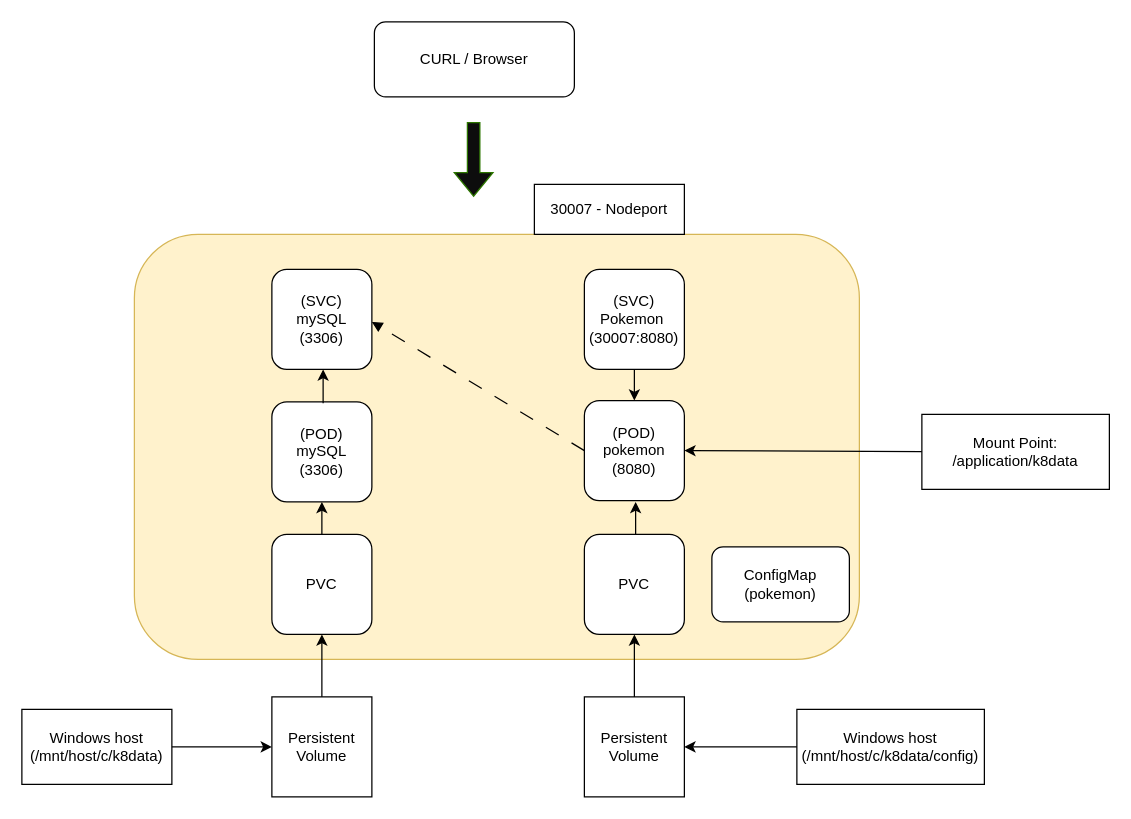
This is Untitled Diagram.drawio from bourgamb/pokemon_album_service, a draw.io file, before an edit. Source tidied: cells renumbered, new cells numbered last; positions are measured from the earlier drawing's top-left corner, leaving out a move shared by most shapes. Both pictures are drawn from the tidied source at 125%, with x=0, y=0 at pixel (21, 21).
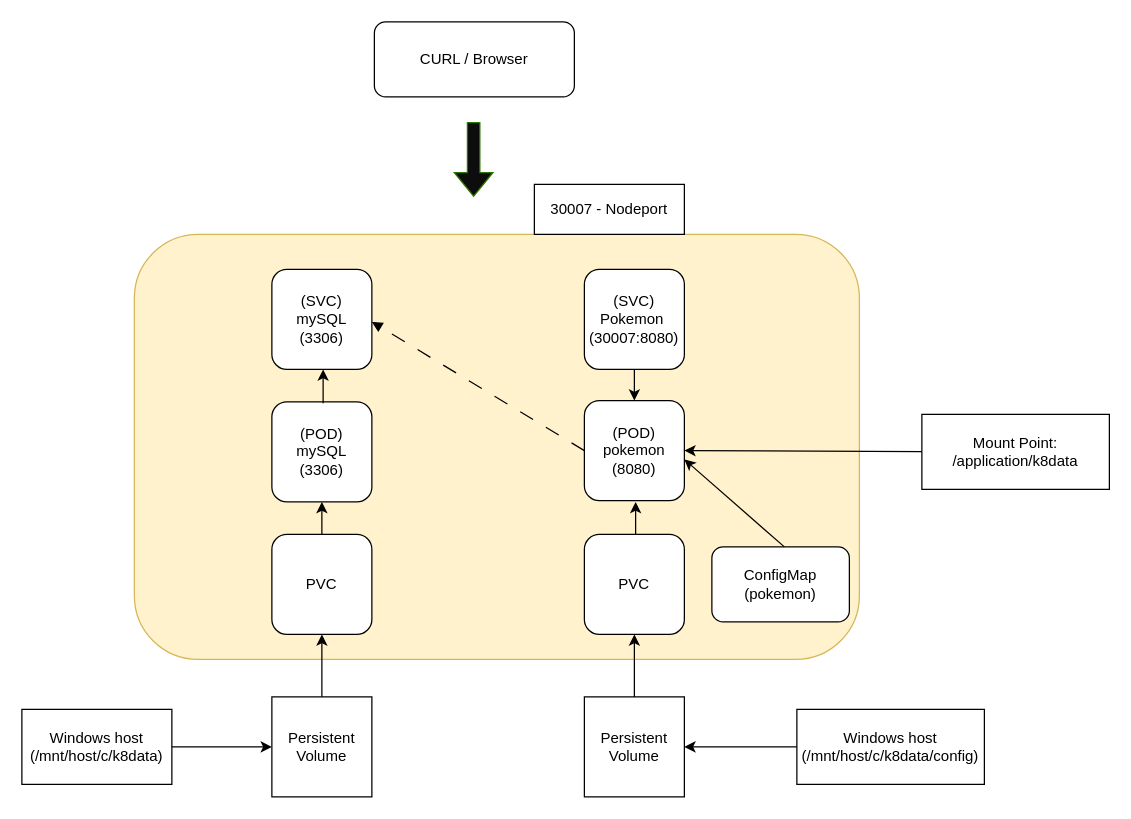
The same page after the edit.

Change to the diagram source:
```diff
@@
+    <mxCell id="28" style="endArrow=classic;html=1;rounded=0;" parent="1" edge="1">
+      <mxGeometry relative="1" as="geometry">
+        <mxPoint x="610" y="420" as="sourcePoint" />
+        <mxPoint x="530" y="350" as="targetPoint" />
+      </mxGeometry>
+    </mxCell>
```
